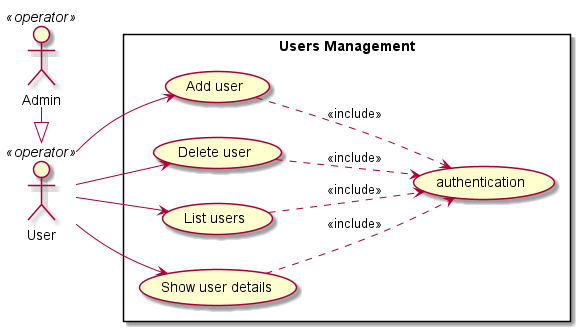
The PlantUML diagram diagrams/render/UseCases/UseCase_UsersManagement.png in Xwyk/BileMo, before a commit.
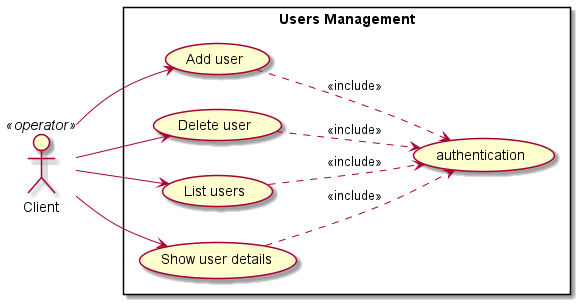
The same diagram one commit later.

The edit, as a diff of the source:
```diff
@@ -2,8 +2,7 @@
 
 left to right direction
 
-User    <<operator>> as user
-Admin    <<operator>> as admin
+Client    <<operator>> as client
 
 rectangle "Users Management" {
   (Add user) as addUser
@@ -13,16 +12,14 @@
   (authentication) as auth
 }
 
-user --> addUser
-user --> delUser
-user --> showUser
-user --> listUsers
+client --> showUser
+client --> listUsers
+client --> addUser
+client --> delUser
 
+showUser ..> auth : <<include>>
+listUsers ..> auth : <<include>>
 addUser ..> auth : <<include>>
 delUser ..> auth : <<include>>
-showUser ..> auth : <<include>>
-listUsers ..> auth : <<include>>
-
-admin -|> user
 
 @enduml
```
